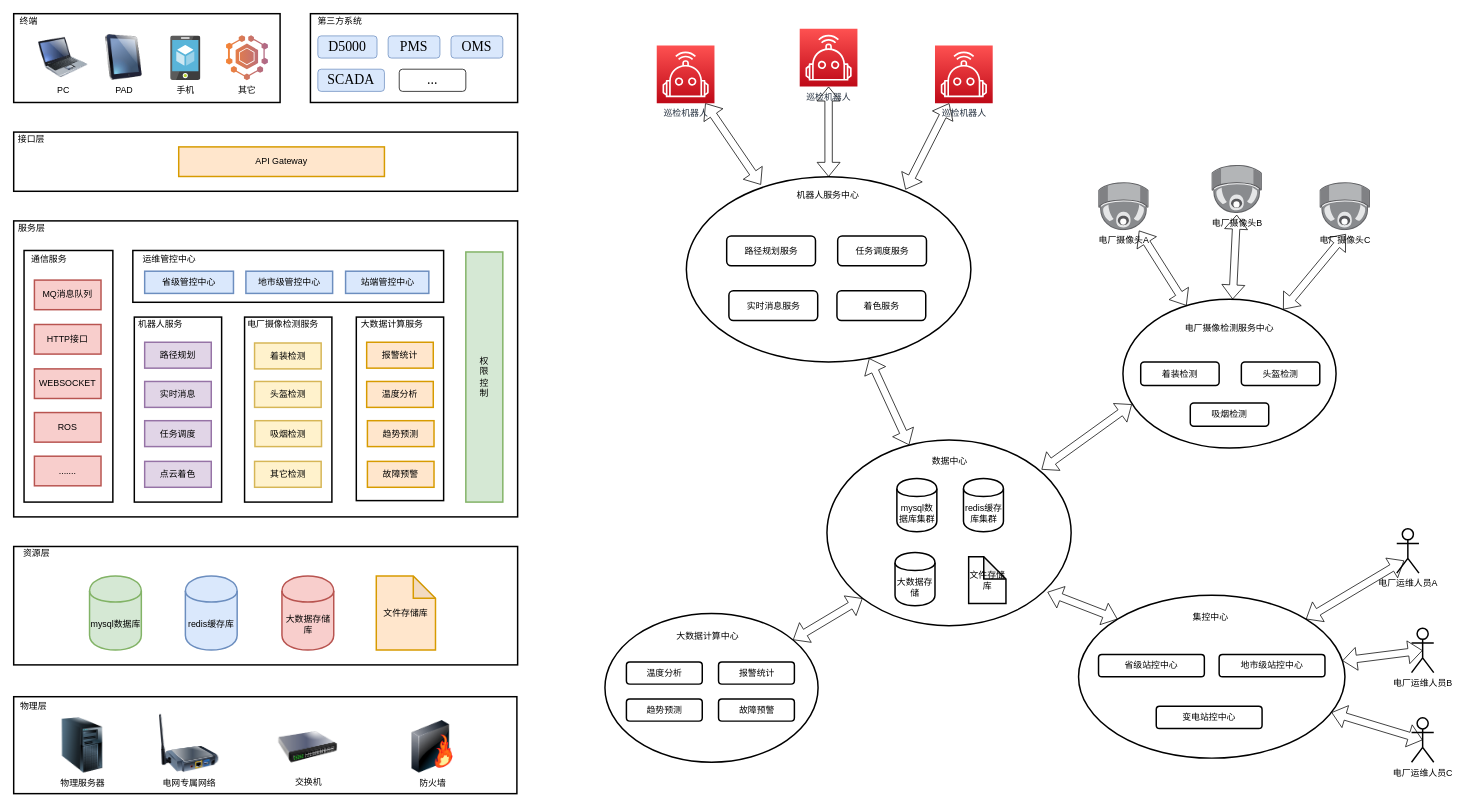
This is 易达智慧运维监控系统v2.0.drawio from wangyufei0807/draw, a draw.io file, before an edit. Source tidied: cells renumbered, new cells numbered last; positions are measured from the earlier drawing's top-left corner, leaving out a move shared by most shapes. Both pictures are drawn from the tidied source at 74%, with x=0, y=0 at pixel (13, 13).
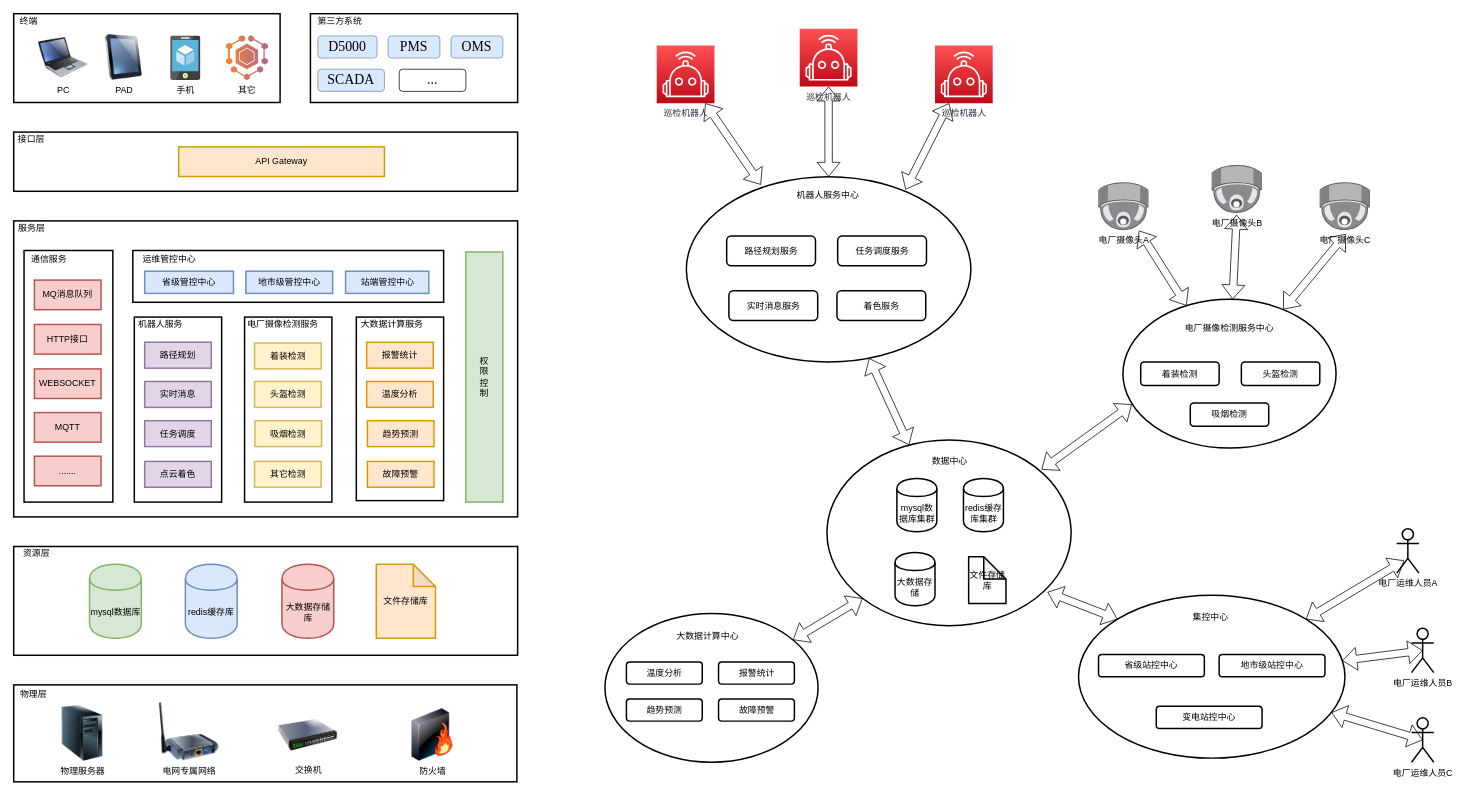
After the change.

Commit message:
更新易达智慧运维监控系统v2.0.drawio

Diff of the diagram source:
```diff
@@
-    <mxCell id="26" value="ROS" style="rounded=0;whiteSpace=wrap;html=1;labelBackgroundColor=none;strokeWidth=2;fillColor=#f8cecc;strokeColor=#b85450;" parent="1" vertex="1">
+    <mxCell id="26" value="MQTT" style="rounded=0;whiteSpace=wrap;html=1;labelBackgroundColor=none;strokeWidth=2;fillColor=#f8cecc;strokeColor=#b85450;" parent="1" vertex="1">
       <mxGeometry x="28" y="539" width="90" height="40" as="geometry" />
     </mxCell>
@@
     <mxCell id="29" style="rounded=0;whiteSpace=wrap;html=1;labelBackgroundColor=none;strokeWidth=2;fillColor=none;" parent="1" vertex="1">
-      <mxGeometry y="720" width="681" height="160" as="geometry" />
+      <mxGeometry y="720" width="681" height="147" as="geometry" />
     </mxCell>
@@
     <mxCell id="31" value="mysql数据库" style="shape=cylinder;whiteSpace=wrap;html=1;boundedLbl=1;backgroundOutline=1;labelBackgroundColor=none;strokeWidth=2;fillColor=#d5e8d4;strokeColor=#82b366;" parent="1" vertex="1">
-      <mxGeometry x="102.5" y="760" width="70" height="100" as="geometry" />
+      <mxGeometry x="102.5" y="744" width="70" height="100" as="geometry" />
     </mxCell>
     <mxCell id="32" value="redis缓存库" style="shape=cylinder;whiteSpace=wrap;html=1;boundedLbl=1;backgroundOutline=1;labelBackgroundColor=none;strokeWidth=2;fillColor=#dae8fc;strokeColor=#6c8ebf;" parent="1" vertex="1">
-      <mxGeometry x="232" y="760" width="70" height="100" as="geometry" />
+      <mxGeometry x="232" y="744" width="70" height="100" as="geometry" />
     </mxCell>
     <mxCell id="33" value="文件存储库" style="shape=note;whiteSpace=wrap;html=1;backgroundOutline=1;darkOpacity=0.05;labelBackgroundColor=none;strokeWidth=2;fillColor=#ffe6cc;strokeColor=#d79b00;" parent="1" vertex="1">
-      <mxGeometry x="490" y="760" width="80" height="100" as="geometry" />
+      <mxGeometry x="490" y="744" width="80" height="100" as="geometry" />
     </mxCell>
@@
     <mxCell id="39" value="大数据存储库" style="shape=cylinder;whiteSpace=wrap;html=1;boundedLbl=1;backgroundOutline=1;labelBackgroundColor=none;strokeWidth=2;fillColor=#f8cecc;strokeColor=#b85450;" parent="1" vertex="1">
-      <mxGeometry x="362.5" y="760" width="70" height="100" as="geometry" />
+      <mxGeometry x="362.5" y="744" width="70" height="100" as="geometry" />
     </mxCell>
@@
     <mxCell id="102" style="rounded=0;whiteSpace=wrap;html=1;labelBackgroundColor=none;strokeWidth=2;fillColor=none;" parent="1" vertex="1">
-      <mxGeometry y="923" width="680" height="131" as="geometry" />
+      <mxGeometry y="907" width="680" height="131" as="geometry" />
     </mxCell>
     <mxCell id="103" value="物理层" style="text;html=1;strokeColor=none;fillColor=none;align=center;verticalAlign=middle;whiteSpace=wrap;rounded=0;labelBackgroundColor=none;" parent="1" vertex="1">
-      <mxGeometry x="7" y="926" width="40" height="20" as="geometry" />
+      <mxGeometry x="7" y="910" width="40" height="20" as="geometry" />
     </mxCell>
     <mxCell id="104" value="物理服务器" style="image;html=1;labelBackgroundColor=#ffffff;image=img/lib/clip_art/computers/Server_Tower_128x128.png;strokeWidth=2;fillColor=none;" parent="1" vertex="1">
-      <mxGeometry x="51.5" y="951" width="82.5" height="75" as="geometry" />
+      <mxGeometry x="51.5" y="935" width="82.5" height="75" as="geometry" />
     </mxCell>
     <mxCell id="105" value="电网专属网络" style="image;html=1;labelBackgroundColor=#ffffff;image=img/lib/clip_art/networking/Print_Server_Wireless_128x128.png;strokeWidth=2;fillColor=none;" parent="1" vertex="1">
-      <mxGeometry x="197" y="946" width="80" height="80" as="geometry" />
+      <mxGeometry x="197" y="930" width="80" height="80" as="geometry" />
     </mxCell>
     <mxCell id="106" value="交换机" style="image;html=1;labelBackgroundColor=#ffffff;image=img/lib/clip_art/networking/Switch_128x128.png;strokeWidth=2;fillColor=none;" parent="1" vertex="1">
-      <mxGeometry x="357.5" y="957.5" width="80" height="67.5" as="geometry" />
+      <mxGeometry x="357.5" y="941.5" width="80" height="67.5" as="geometry" />
     </mxCell>
     <mxCell id="107" value="防火墙" style="image;html=1;labelBackgroundColor=#ffffff;image=img/lib/clip_art/networking/Firewall-page1_128x128.png;strokeWidth=2;fillColor=none;" parent="1" vertex="1">
-      <mxGeometry x="530.5" y="955" width="71" height="71" as="geometry" />
+      <mxGeometry x="530.5" y="939" width="71" height="71" as="geometry" />
     </mxCell>
```
